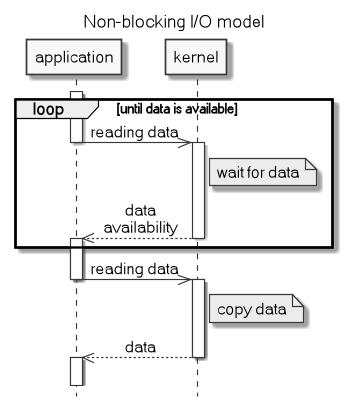
Earlier version of the PlantUML export .images/non_blocking_IO_model.png (c0p4c4b4n4/demo-sockets-io-nio-nio2). Its diagram source:
```plantuml
@startuml
title Non-blocking I/O model
hide footbox
skinparam monochrome true
skinparam defaultFontName Microsoft Sans Serif
skinparam titleFontSize 15
skinparam sequenceMessageAlign center
activate application
loop until data is available
    application->>kernel: reading data
    deactivate application
    activate kernel
    Note right of kernel: wait for data
    kernel-->>application: data\navailability
    deactivate kernel
    activate application
end
application->>kernel: reading data
deactivate application
activate kernel
Note right of kernel: copy data
kernel-->>application: data
deactivate kernel
activate application
||15||
@enduml
```
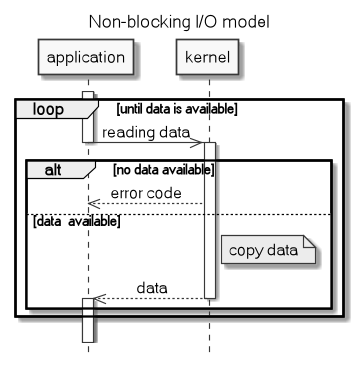
After the commit.

Diff of the diagram source:
```diff
@@ -10,17 +10,14 @@
     application->>kernel: reading data
     deactivate application
     activate kernel
-    Note right of kernel: wait for data
-    kernel-->>application: data\navailability
-    deactivate kernel
-    activate application
+    alt no data available
+        kernel-->>application: error code
+    else data  available
+        Note right of kernel: copy data
+        kernel-->>application: data
+        deactivate kernel
+        activate application
+    end
 end
-application->>kernel: reading data
-deactivate application
-activate kernel
-Note right of kernel: copy data
-kernel-->>application: data
-deactivate kernel
-activate application
 ||15||
 @enduml
```
